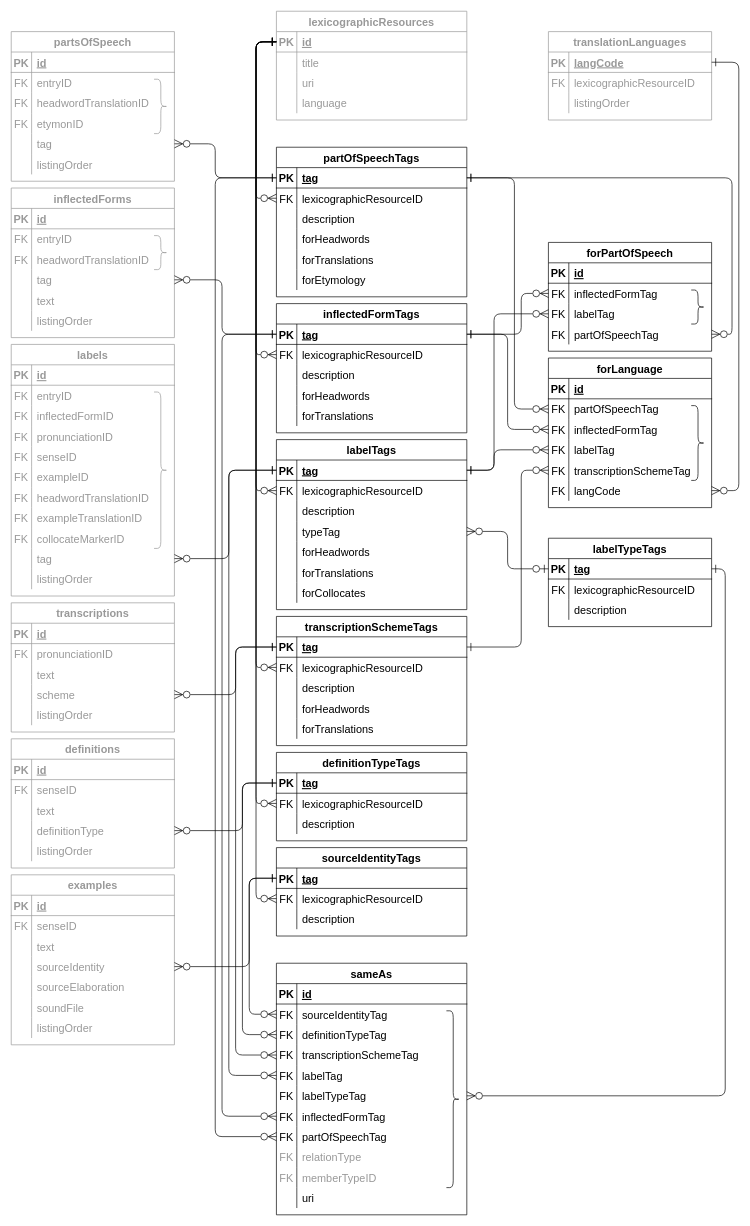
Above: dmlex-v1.0/specification/serializations/RDB/databaseDiagrams/values.drawio in oasis-tcs/lexidma (draw.io), before the change. Source tidied: cells renumbered, new cells numbered last; positions are measured from the earlier drawing's top-left corner, leaving out a move shared by most shapes. Both pictures are drawn from the tidied source at 68%, with x=0, y=0 at pixel (11, 11).
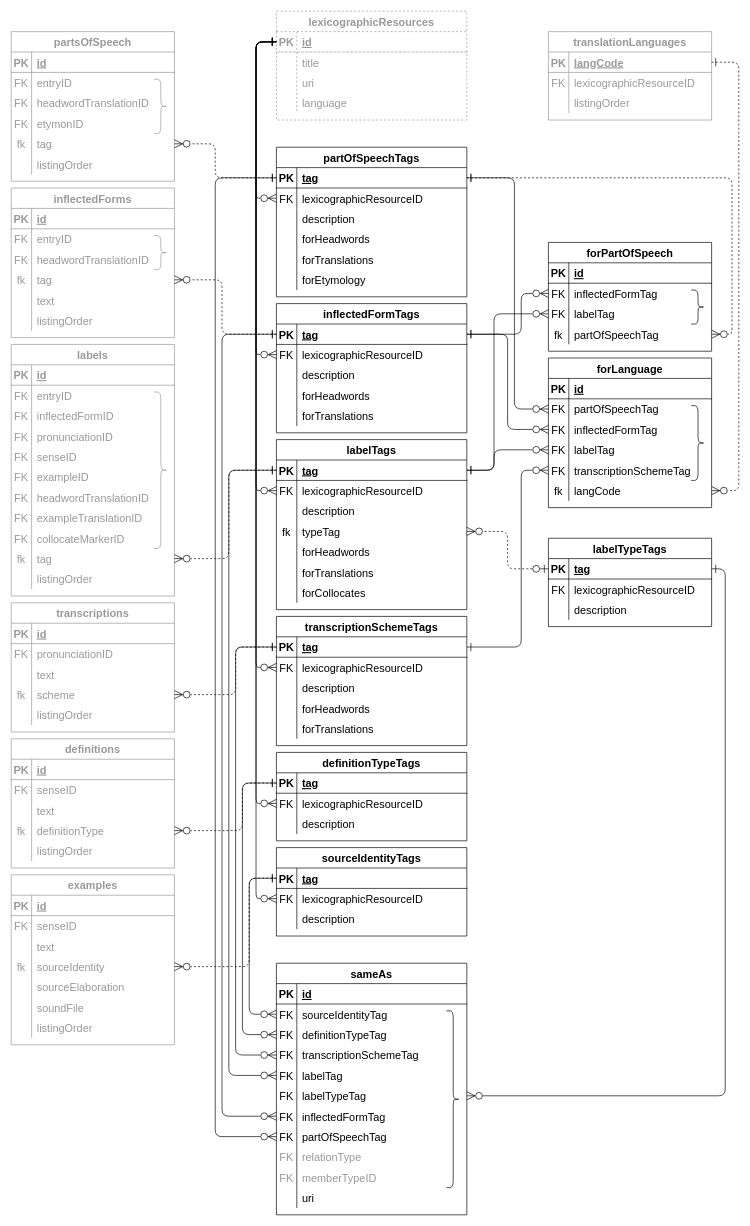
Above is the later version.

Unchanged cells that the change refers to:
```xml
<mxCell id="16" style="shape=tableRow;horizontal=0;startSize=0;swimlaneHead=0;swimlaneBody=0;fillColor=none;points=[[0,0.5],[1,0.5]];portConstraint=eastwest;top=0;left=0;right=0;bottom=1;fontSize=16;" parent="15" vertex="1">
  <mxGeometry y="30" width="280" height="30" as="geometry" />
</mxCell>
<mxCell id="35" style="shape=tableRow;horizontal=0;startSize=0;swimlaneHead=0;swimlaneBody=0;fillColor=none;points=[[0,0.5],[1,0.5]];portConstraint=eastwest;top=0;left=0;right=0;bottom=1;fontSize=16;" parent="34" vertex="1">
  <mxGeometry y="30" width="280" height="30" as="geometry" />
</mxCell>
<mxCell id="51" style="shape=tableRow;horizontal=0;startSize=0;swimlaneHead=0;swimlaneBody=0;fillColor=none;points=[[0,0.5],[1,0.5]];portConstraint=eastwest;top=0;left=0;right=0;bottom=1;fontSize=16;" parent="50" vertex="1">
  <mxGeometry y="30" width="280" height="30" as="geometry" />
</mxCell>
<mxCell id="60" style="shape=tableRow;horizontal=0;startSize=0;swimlaneHead=0;swimlaneBody=0;fillColor=none;points=[[0,0.5],[1,0.5]];portConstraint=eastwest;top=0;left=0;right=0;bottom=0;fontSize=16;" parent="50" vertex="1">
  <mxGeometry y="120" width="280" height="30" as="geometry" />
</mxCell>
<mxCell id="73" style="shape=tableRow;horizontal=0;startSize=0;swimlaneHead=0;swimlaneBody=0;fillColor=none;points=[[0,0.5],[1,0.5]];portConstraint=eastwest;top=0;left=0;right=0;bottom=1;fontSize=16;" parent="72" vertex="1">
  <mxGeometry y="30" width="280" height="30" as="geometry" />
</mxCell>
<mxCell id="83" style="shape=tableRow;horizontal=0;startSize=0;swimlaneHead=0;swimlaneBody=0;fillColor=none;points=[[0,0.5],[1,0.5]];portConstraint=eastwest;top=0;left=0;right=0;bottom=1;fontSize=16;" parent="82" vertex="1">
  <mxGeometry y="30" width="280" height="30" as="geometry" />
</mxCell>
<mxCell id="93" style="shape=tableRow;horizontal=0;startSize=0;swimlaneHead=0;swimlaneBody=0;fillColor=none;points=[[0,0.5],[1,0.5]];portConstraint=eastwest;top=0;left=0;right=0;bottom=1;fontSize=16;" parent="92" vertex="1">
  <mxGeometry y="30" width="280" height="30" as="geometry" />
</mxCell>
<mxCell id="109" style="shape=tableRow;horizontal=0;startSize=0;swimlaneHead=0;swimlaneBody=0;fillColor=none;points=[[0,0.5],[1,0.5]];portConstraint=eastwest;top=0;left=0;right=0;bottom=1;fontSize=16;fontColor=#999999;strokeColor=#999999;" parent="108" vertex="1">
  <mxGeometry y="30" width="240" height="30" as="geometry" />
</mxCell>
<mxCell id="134" style="shape=tableRow;horizontal=0;startSize=0;swimlaneHead=0;swimlaneBody=0;fillColor=none;points=[[0,0.5],[1,0.5]];portConstraint=eastwest;top=0;left=0;right=0;bottom=0;fontSize=16;" parent="118" vertex="1">
  <mxGeometry y="180" width="240" height="30" as="geometry" />
</mxCell>
<mxCell id="147" style="shape=tableRow;horizontal=0;startSize=0;swimlaneHead=0;swimlaneBody=0;fillColor=none;points=[[0,0.5],[1,0.5]];portConstraint=eastwest;top=0;left=0;right=0;bottom=0;fontSize=16;" parent="137" vertex="1">
  <mxGeometry y="120" width="240" height="30" as="geometry" />
</mxCell>
<mxCell id="151" style="shape=tableRow;horizontal=0;startSize=0;swimlaneHead=0;swimlaneBody=0;fillColor=none;points=[[0,0.5],[1,0.5]];portConstraint=eastwest;top=0;left=0;right=0;bottom=1;fontSize=16;" parent="150" vertex="1">
  <mxGeometry y="30" width="240" height="30" as="geometry" />
</mxCell>
<mxCell id="207" style="shape=tableRow;horizontal=0;startSize=0;swimlaneHead=0;swimlaneBody=0;fillColor=none;points=[[0,0.5],[1,0.5]];portConstraint=eastwest;top=0;left=0;right=0;bottom=0;fontSize=16;fontColor=#999999;strokeColor=#999999;" parent="194" vertex="1">
  <mxGeometry y="150" width="240" height="30" as="geometry" />
</mxCell>
<mxCell id="223" style="shape=tableRow;horizontal=0;startSize=0;swimlaneHead=0;swimlaneBody=0;fillColor=none;points=[[0,0.5],[1,0.5]];portConstraint=eastwest;top=0;left=0;right=0;bottom=0;fontSize=16;fontColor=#999999;" parent="213" vertex="1">
  <mxGeometry y="120" width="240" height="30" as="geometry" />
</mxCell>
<mxCell id="242" style="shape=tableRow;horizontal=0;startSize=0;swimlaneHead=0;swimlaneBody=0;fillColor=none;points=[[0,0.5],[1,0.5]];portConstraint=eastwest;top=0;left=0;right=0;bottom=0;fontSize=16;strokeColor=#999999;fontColor=#999999;" parent="232" vertex="1">
  <mxGeometry y="120" width="240" height="30" as="geometry" />
</mxCell>
<mxCell id="276" style="shape=tableRow;horizontal=0;startSize=0;swimlaneHead=0;swimlaneBody=0;fillColor=none;points=[[0,0.5],[1,0.5]];portConstraint=eastwest;top=0;left=0;right=0;bottom=0;fontSize=16;fontColor=#999999;strokeColor=#999999;" parent="248" vertex="1">
  <mxGeometry y="300" width="240" height="30" as="geometry" />
</mxCell>
<mxCell id="292" style="shape=tableRow;horizontal=0;startSize=0;swimlaneHead=0;swimlaneBody=0;fillColor=none;points=[[0,0.5],[1,0.5]];portConstraint=eastwest;top=0;left=0;right=0;bottom=0;fontSize=16;strokeColor=#999999;fontColor=#999999;" parent="282" vertex="1">
  <mxGeometry y="120" width="240" height="30" as="geometry" />
</mxCell>
<mxCell id="308" style="shape=tableRow;horizontal=0;startSize=0;swimlaneHead=0;swimlaneBody=0;fillColor=none;points=[[0,0.5],[1,0.5]];portConstraint=eastwest;top=0;left=0;right=0;bottom=0;fontSize=16;fontColor=#999999;strokeColor=#999999;" parent="298" vertex="1">
  <mxGeometry y="120" width="240" height="30" as="geometry" />
</mxCell>
```

What changed in the source:
```diff
@@
-    <mxCell id="2" value="lexicographicResources" style="shape=table;startSize=30;childLayout=tableLayout;rowLines=0;fontStyle=1;align=center;fontSize=16;strokeColor=#999999;fontColor=#999999;" parent="1" vertex="1">
+    <mxCell id="2" value="lexicographicResources" style="shape=table;startSize=30;childLayout=tableLayout;rowLines=0;fontStyle=1;align=center;fontSize=16;strokeColor=#999999;fontColor=#999999;dashed=1;" parent="1" vertex="1">
       <mxGeometry x="390" width="280" height="160" as="geometry" />
     </mxCell>
-    <mxCell id="3" style="shape=tableRow;horizontal=0;startSize=0;swimlaneHead=0;swimlaneBody=0;fillColor=none;points=[[0,0.5],[1,0.5]];portConstraint=eastwest;top=0;left=0;right=0;bottom=1;fontSize=16;strokeColor=#999999;fontColor=#999999;" parent="2" vertex="1">
+    <mxCell id="3" style="shape=tableRow;horizontal=0;startSize=0;swimlaneHead=0;swimlaneBody=0;fillColor=none;points=[[0,0.5],[1,0.5]];portConstraint=eastwest;top=0;left=0;right=0;bottom=1;fontSize=16;strokeColor=#999999;fontColor=#999999;dashed=1;" parent="2" vertex="1">
       <mxGeometry y="30" width="280" height="30" as="geometry" />
     </mxCell>
@@
-    <mxCell id="61" style="shape=partialRectangle;fillColor=none;top=0;left=0;bottom=0;right=0;overflow=hidden;fontSize=16;" parent="60" vertex="1">
+    <mxCell id="61" value="fk" style="shape=partialRectangle;fillColor=none;top=0;left=0;bottom=0;right=0;overflow=hidden;fontSize=16;" parent="60" vertex="1">
       <mxGeometry width="30" height="30" as="geometry" />
     </mxCell>
@@
-    <mxCell id="135" value="FK" style="shape=partialRectangle;fillColor=none;top=0;left=0;bottom=0;right=0;overflow=hidden;fontSize=16;" parent="134" vertex="1">
+    <mxCell id="135" value="fk" style="shape=partialRectangle;fillColor=none;top=0;left=0;bottom=0;right=0;overflow=hidden;fontSize=16;" parent="134" vertex="1">
       <mxGeometry width="30" height="30" as="geometry" />
     </mxCell>
@@
-    <mxCell id="148" value="FK" style="shape=partialRectangle;fillColor=none;top=0;left=0;bottom=0;right=0;overflow=hidden;fontSize=16;" parent="147" vertex="1">
+    <mxCell id="148" value="fk" style="shape=partialRectangle;fillColor=none;top=0;left=0;bottom=0;right=0;overflow=hidden;fontSize=16;" parent="147" vertex="1">
       <mxGeometry width="30" height="30" as="geometry" />
     </mxCell>
@@
-    <mxCell id="208" style="shape=partialRectangle;fillColor=none;top=0;left=0;bottom=0;right=0;overflow=hidden;fontSize=16;fontColor=#999999;strokeColor=#999999;" parent="207" vertex="1">
+    <mxCell id="208" value="fk" style="shape=partialRectangle;fillColor=none;top=0;left=0;bottom=0;right=0;overflow=hidden;fontSize=16;fontColor=#999999;strokeColor=#999999;" parent="207" vertex="1">
       <mxGeometry width="30" height="30" as="geometry" />
     </mxCell>
@@
-    <mxCell id="224" style="shape=partialRectangle;fillColor=none;top=0;left=0;bottom=0;right=0;overflow=hidden;fontSize=16;fontColor=#999999;" parent="223" vertex="1">
+    <mxCell id="224" value="fk" style="shape=partialRectangle;fillColor=none;top=0;left=0;bottom=0;right=0;overflow=hidden;fontSize=16;fontColor=#999999;" parent="223" vertex="1">
       <mxGeometry width="30" height="30" as="geometry" />
     </mxCell>
@@
-    <mxCell id="243" style="shape=partialRectangle;fillColor=none;top=0;left=0;bottom=0;right=0;overflow=hidden;fontSize=16;strokeColor=#999999;fontColor=#999999;" parent="242" vertex="1">
+    <mxCell id="243" value="fk" style="shape=partialRectangle;fillColor=none;top=0;left=0;bottom=0;right=0;overflow=hidden;fontSize=16;strokeColor=#999999;fontColor=#999999;" parent="242" vertex="1">
       <mxGeometry width="30" height="30" as="geometry" />
     </mxCell>
@@
-    <mxCell id="277" style="shape=partialRectangle;fillColor=none;top=0;left=0;bottom=0;right=0;overflow=hidden;fontSize=16;fontColor=#999999;strokeColor=#999999;" parent="276" vertex="1">
+    <mxCell id="277" value="fk" style="shape=partialRectangle;fillColor=none;top=0;left=0;bottom=0;right=0;overflow=hidden;fontSize=16;fontColor=#999999;strokeColor=#999999;" parent="276" vertex="1">
       <mxGeometry width="30" height="30" as="geometry" />
     </mxCell>
@@
-    <mxCell id="293" style="shape=partialRectangle;fillColor=none;top=0;left=0;bottom=0;right=0;overflow=hidden;fontSize=16;strokeColor=#999999;fontColor=#999999;" parent="292" vertex="1">
+    <mxCell id="293" value="fk" style="shape=partialRectangle;fillColor=none;top=0;left=0;bottom=0;right=0;overflow=hidden;fontSize=16;strokeColor=#999999;fontColor=#999999;" parent="292" vertex="1">
       <mxGeometry width="30" height="30" as="geometry" />
     </mxCell>
@@
-    <mxCell id="309" style="shape=partialRectangle;fillColor=none;top=0;left=0;bottom=0;right=0;overflow=hidden;fontSize=16;fontColor=#999999;strokeColor=#999999;" parent="308" vertex="1">
+    <mxCell id="309" value="fk" style="shape=partialRectangle;fillColor=none;top=0;left=0;bottom=0;right=0;overflow=hidden;fontSize=16;fontColor=#999999;strokeColor=#999999;" parent="308" vertex="1">
       <mxGeometry width="30" height="30" as="geometry" />
     </mxCell>
@@
-    <mxCell id="321" style="edgeStyle=orthogonalEdgeStyle;shape=connector;rounded=1;jettySize=auto;html=1;exitX=1;exitY=0.5;exitDx=0;exitDy=0;entryX=1;entryY=0.5;entryDx=0;entryDy=0;labelBackgroundColor=default;strokeColor=default;fontFamily=Helvetica;fontSize=12;fontColor=#999999;startArrow=ERone;startFill=0;endArrow=ERzeroToMany;endFill=0;startSize=10;endSize=10;" parent="1" edge="1" source="16" target="147">
+    <mxCell id="321" style="edgeStyle=orthogonalEdgeStyle;shape=connector;rounded=1;jettySize=auto;html=1;exitX=1;exitY=0.5;exitDx=0;exitDy=0;entryX=1;entryY=0.5;entryDx=0;entryDy=0;labelBackgroundColor=default;strokeColor=default;fontFamily=Helvetica;fontSize=12;fontColor=#999999;startArrow=ERone;startFill=0;endArrow=ERzeroToMany;endFill=0;startSize=10;endSize=10;dashed=1;" parent="1" edge="1" source="16" target="147">
       <mxGeometry relative="1" as="geometry">
         <Array as="points">
           <mxPoint x="1060" y="245" />
           <mxPoint x="1060" y="475" />
         </Array>
       </mxGeometry>
     </mxCell>
@@
-    <mxCell id="327" style="edgeStyle=orthogonalEdgeStyle;shape=connector;rounded=1;jettySize=auto;html=1;exitX=1;exitY=0.5;exitDx=0;exitDy=0;entryX=1;entryY=0.5;entryDx=0;entryDy=0;labelBackgroundColor=default;strokeColor=default;fontFamily=Helvetica;fontSize=12;fontColor=#999999;startArrow=ERone;startFill=0;endArrow=ERzeroToMany;endFill=0;startSize=10;endSize=10;" parent="1" edge="1" source="109" target="134">
+    <mxCell id="327" style="edgeStyle=orthogonalEdgeStyle;shape=connector;rounded=1;jettySize=auto;html=1;exitX=1;exitY=0.5;exitDx=0;exitDy=0;entryX=1;entryY=0.5;entryDx=0;entryDy=0;labelBackgroundColor=default;strokeColor=default;fontFamily=Helvetica;fontSize=12;fontColor=#999999;startArrow=ERone;startFill=0;endArrow=ERzeroToMany;endFill=0;startSize=10;endSize=10;dashed=1;" parent="1" edge="1" source="109" target="134">
       <mxGeometry relative="1" as="geometry">
         <Array as="points">
           <mxPoint x="1070" y="75" />
           <mxPoint x="1070" y="705" />
         </Array>
       </mxGeometry>
     </mxCell>
-    <mxCell id="328" style="edgeStyle=orthogonalEdgeStyle;shape=connector;rounded=1;jettySize=auto;html=1;exitX=0;exitY=0.5;exitDx=0;exitDy=0;entryX=1;entryY=0.5;entryDx=0;entryDy=0;labelBackgroundColor=default;strokeColor=default;fontFamily=Helvetica;fontSize=12;fontColor=#999999;startArrow=ERzeroToOne;startFill=0;endArrow=ERzeroToMany;endFill=0;startSize=10;endSize=10;" parent="1" edge="1" source="151" target="60">
+    <mxCell id="328" style="edgeStyle=orthogonalEdgeStyle;shape=connector;rounded=1;jettySize=auto;html=1;exitX=0;exitY=0.5;exitDx=0;exitDy=0;entryX=1;entryY=0.5;entryDx=0;entryDy=0;labelBackgroundColor=default;strokeColor=default;fontFamily=Helvetica;fontSize=12;fontColor=#999999;startArrow=ERzeroToOne;startFill=0;endArrow=ERzeroToMany;endFill=0;startSize=10;endSize=10;dashed=1;" parent="1" edge="1" source="151" target="60">
       <mxGeometry relative="1" as="geometry" />
     </mxCell>
@@
-    <mxCell id="344" style="edgeStyle=orthogonalEdgeStyle;shape=connector;rounded=1;jettySize=auto;html=1;exitX=0;exitY=0.5;exitDx=0;exitDy=0;entryX=1;entryY=0.5;entryDx=0;entryDy=0;labelBackgroundColor=default;strokeColor=default;fontFamily=Helvetica;fontSize=12;fontColor=#999999;startArrow=ERone;startFill=0;endArrow=ERzeroToMany;endFill=0;startSize=10;endSize=10;" parent="1" edge="1" source="16" target="207">
+    <mxCell id="344" style="edgeStyle=orthogonalEdgeStyle;shape=connector;rounded=1;jettySize=auto;html=1;exitX=0;exitY=0.5;exitDx=0;exitDy=0;entryX=1;entryY=0.5;entryDx=0;entryDy=0;labelBackgroundColor=default;strokeColor=default;fontFamily=Helvetica;fontSize=12;fontColor=#999999;startArrow=ERone;startFill=0;endArrow=ERzeroToMany;endFill=0;startSize=10;endSize=10;dashed=1;" parent="1" edge="1" source="16" target="207">
       <mxGeometry relative="1" as="geometry">
         <Array as="points">
           <mxPoint x="300" y="245" />
           <mxPoint x="300" y="195" />
         </Array>
       </mxGeometry>
     </mxCell>
-    <mxCell id="345" style="edgeStyle=orthogonalEdgeStyle;shape=connector;rounded=1;jettySize=auto;html=1;exitX=0;exitY=0.5;exitDx=0;exitDy=0;entryX=1;entryY=0.5;entryDx=0;entryDy=0;labelBackgroundColor=default;strokeColor=default;fontFamily=Helvetica;fontSize=12;fontColor=#999999;startArrow=ERone;startFill=0;endArrow=ERzeroToMany;endFill=0;startSize=10;endSize=10;" parent="1" edge="1" source="35" target="223">
+    <mxCell id="345" style="edgeStyle=orthogonalEdgeStyle;shape=connector;rounded=1;jettySize=auto;html=1;exitX=0;exitY=0.5;exitDx=0;exitDy=0;entryX=1;entryY=0.5;entryDx=0;entryDy=0;labelBackgroundColor=default;strokeColor=default;fontFamily=Helvetica;fontSize=12;fontColor=#999999;startArrow=ERone;startFill=0;endArrow=ERzeroToMany;endFill=0;startSize=10;endSize=10;dashed=1;" parent="1" edge="1" source="35" target="223">
       <mxGeometry relative="1" as="geometry">
         <Array as="points">
           <mxPoint x="310" y="475" />
           <mxPoint x="310" y="395" />
         </Array>
       </mxGeometry>
     </mxCell>
-    <mxCell id="346" style="edgeStyle=orthogonalEdgeStyle;shape=connector;rounded=1;jettySize=auto;html=1;exitX=0;exitY=0.5;exitDx=0;exitDy=0;entryX=1;entryY=0.5;entryDx=0;entryDy=0;labelBackgroundColor=default;strokeColor=default;fontFamily=Helvetica;fontSize=12;fontColor=#999999;startArrow=ERone;startFill=0;endArrow=ERzeroToMany;endFill=0;startSize=10;endSize=10;" parent="1" edge="1" source="51" target="276">
+    <mxCell id="346" style="edgeStyle=orthogonalEdgeStyle;shape=connector;rounded=1;jettySize=auto;html=1;exitX=0;exitY=0.5;exitDx=0;exitDy=0;entryX=1;entryY=0.5;entryDx=0;entryDy=0;labelBackgroundColor=default;strokeColor=default;fontFamily=Helvetica;fontSize=12;fontColor=#999999;startArrow=ERone;startFill=0;endArrow=ERzeroToMany;endFill=0;startSize=10;endSize=10;dashed=1;" parent="1" edge="1" source="51" target="276">
       <mxGeometry relative="1" as="geometry">
         <Array as="points">
           <mxPoint x="320" y="675" />
           <mxPoint x="320" y="805" />
         </Array>
       </mxGeometry>
     </mxCell>
-    <mxCell id="347" style="edgeStyle=orthogonalEdgeStyle;shape=connector;rounded=1;jettySize=auto;html=1;exitX=0;exitY=0.5;exitDx=0;exitDy=0;entryX=1;entryY=0.5;entryDx=0;entryDy=0;labelBackgroundColor=default;strokeColor=default;fontFamily=Helvetica;fontSize=12;fontColor=#999999;startArrow=ERone;startFill=0;endArrow=ERzeroToMany;endFill=0;startSize=10;endSize=10;" parent="1" edge="1" source="93" target="242">
+    <mxCell id="347" style="edgeStyle=orthogonalEdgeStyle;shape=connector;rounded=1;jettySize=auto;html=1;exitX=0;exitY=0.5;exitDx=0;exitDy=0;entryX=1;entryY=0.5;entryDx=0;entryDy=0;labelBackgroundColor=default;strokeColor=default;fontFamily=Helvetica;fontSize=12;fontColor=#999999;startArrow=ERone;startFill=0;endArrow=ERzeroToMany;endFill=0;startSize=10;endSize=10;dashed=1;" parent="1" edge="1" source="93" target="242">
       <mxGeometry relative="1" as="geometry">
         <Array as="points">
           <mxPoint x="330" y="935" />
           <mxPoint x="330" y="1005" />
         </Array>
       </mxGeometry>
     </mxCell>
-    <mxCell id="348" style="edgeStyle=orthogonalEdgeStyle;shape=connector;rounded=1;jettySize=auto;html=1;exitX=0;exitY=0.5;exitDx=0;exitDy=0;entryX=1;entryY=0.5;entryDx=0;entryDy=0;labelBackgroundColor=default;strokeColor=default;fontFamily=Helvetica;fontSize=12;fontColor=#999999;startArrow=ERone;startFill=0;endArrow=ERzeroToMany;endFill=0;startSize=10;endSize=10;" parent="1" edge="1" source="73" target="292">
+    <mxCell id="348" style="edgeStyle=orthogonalEdgeStyle;shape=connector;rounded=1;jettySize=auto;html=1;exitX=0;exitY=0.5;exitDx=0;exitDy=0;entryX=1;entryY=0.5;entryDx=0;entryDy=0;labelBackgroundColor=default;strokeColor=default;fontFamily=Helvetica;fontSize=12;fontColor=#999999;startArrow=ERone;startFill=0;endArrow=ERzeroToMany;endFill=0;startSize=10;endSize=10;dashed=1;" parent="1" edge="1" source="73" target="292">
       <mxGeometry relative="1" as="geometry">
         <Array as="points">
           <mxPoint x="340" y="1135" />
           <mxPoint x="340" y="1205" />
         </Array>
       </mxGeometry>
     </mxCell>
-    <mxCell id="349" style="edgeStyle=orthogonalEdgeStyle;shape=connector;rounded=1;jettySize=auto;html=1;exitX=0;exitY=0.5;exitDx=0;exitDy=0;entryX=1;entryY=0.5;entryDx=0;entryDy=0;labelBackgroundColor=default;strokeColor=default;fontFamily=Helvetica;fontSize=12;fontColor=#999999;startArrow=ERone;startFill=0;endArrow=ERzeroToMany;endFill=0;startSize=10;endSize=10;" parent="1" edge="1" source="83" target="308">
+    <mxCell id="349" style="edgeStyle=orthogonalEdgeStyle;shape=connector;rounded=1;jettySize=auto;html=1;exitX=0;exitY=0.5;exitDx=0;exitDy=0;entryX=1;entryY=0.5;entryDx=0;entryDy=0;labelBackgroundColor=default;strokeColor=default;fontFamily=Helvetica;fontSize=12;fontColor=#999999;startArrow=ERone;startFill=0;endArrow=ERzeroToMany;endFill=0;startSize=10;endSize=10;dashed=1;" parent="1" edge="1" source="83" target="308">
       <mxGeometry relative="1" as="geometry">
         <Array as="points">
           <mxPoint x="350" y="1275" />
           <mxPoint x="350" y="1405" />
         </Array>
       </mxGeometry>
     </mxCell>
```
